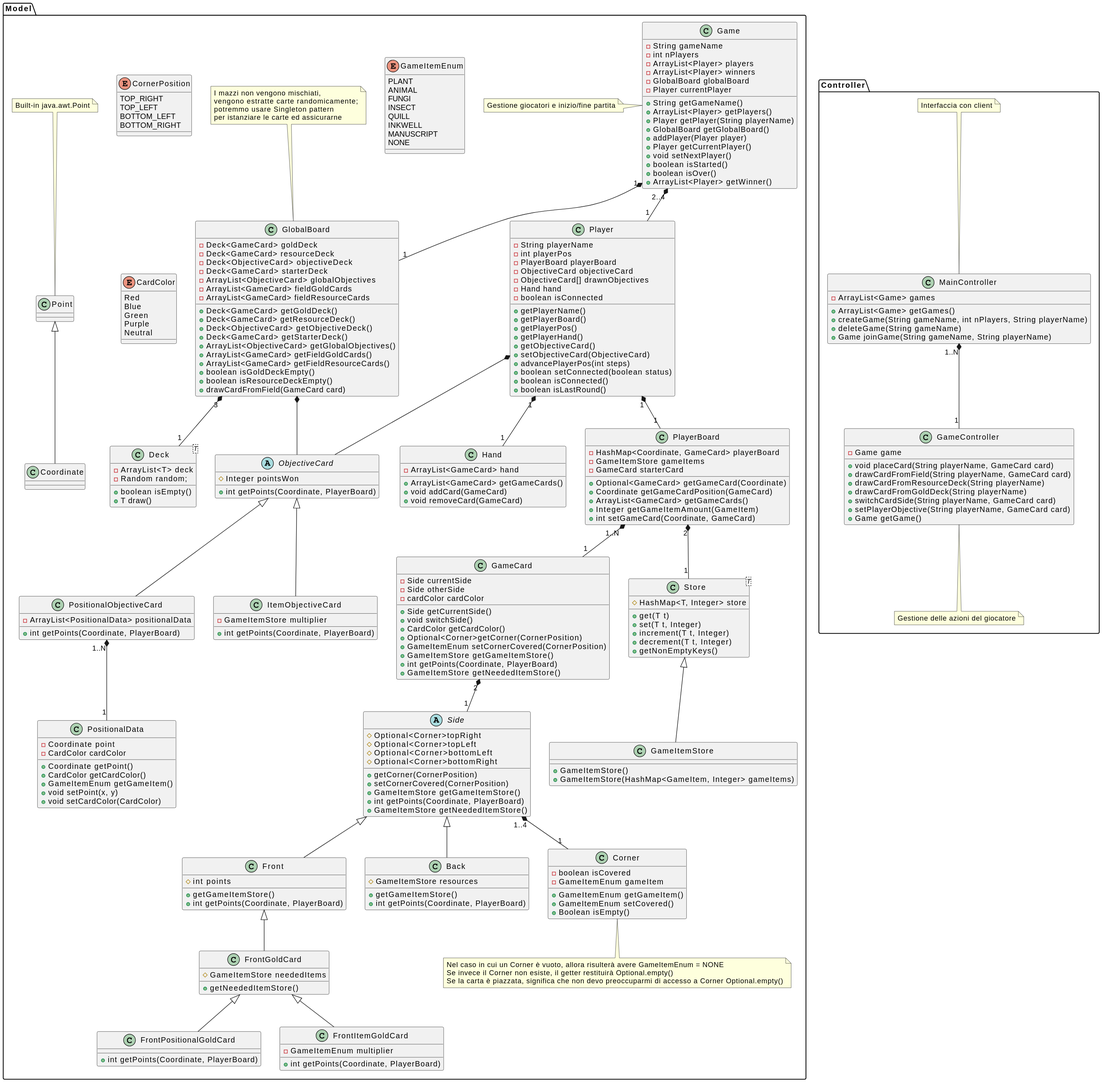
Earlier version of the PlantUML export deliverables/UML/IS24-AM02_model.svg (PiervitoCreanza/IS24-AM02).
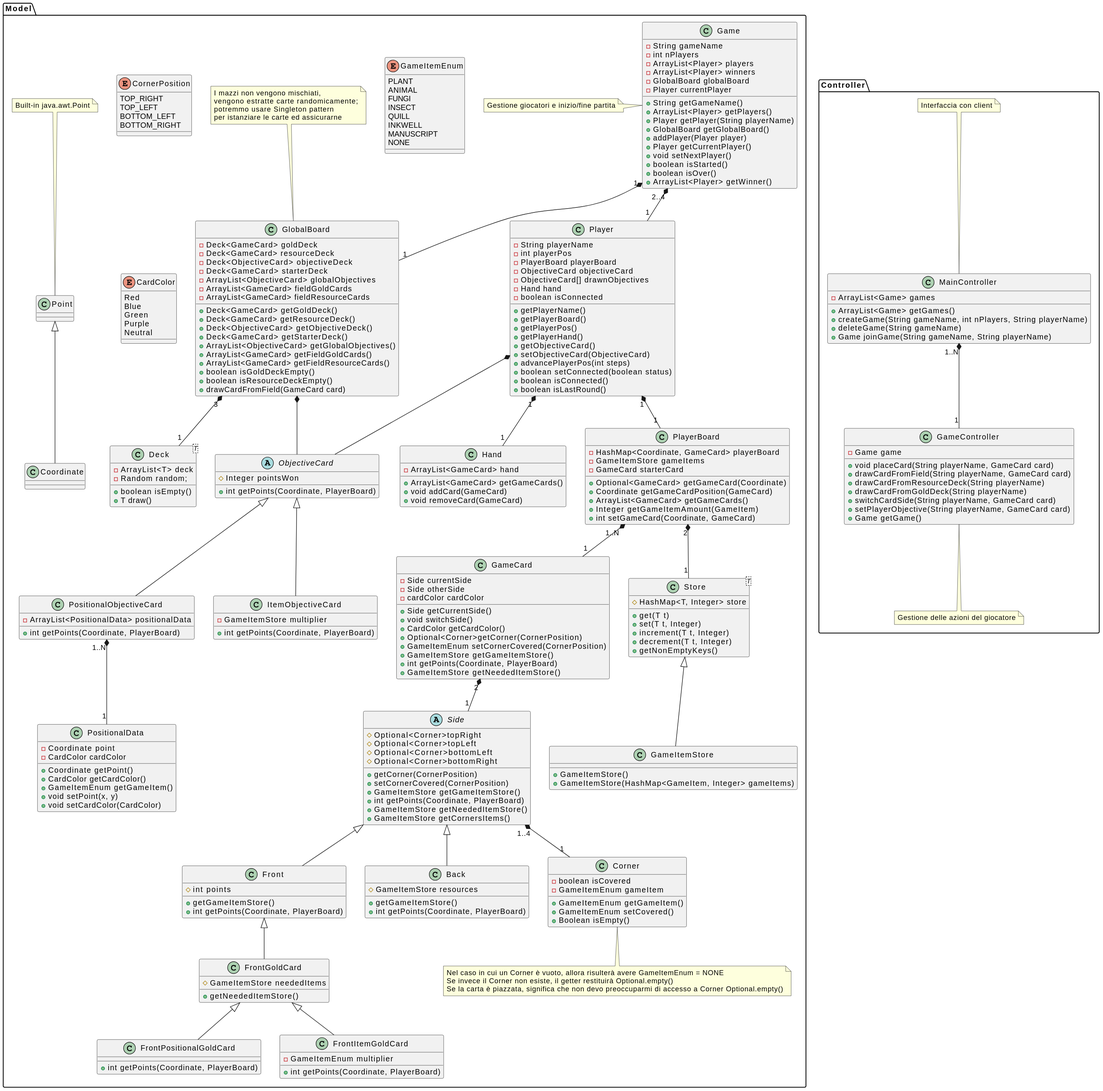
Above is the later version.

Commit message:
[UML] Add getCornerItems() (#40)

The edit, as a diff of the source:
```diff
@@ -190,6 +190,7 @@
         +GameItemStore getGameItemStore()
         +int getPoints(Coordinate, PlayerBoard)
         +GameItemStore getNeededItemStore()
+        +GameItemStore getCornersItems()
     }
 
     Side <|-- Front
```
